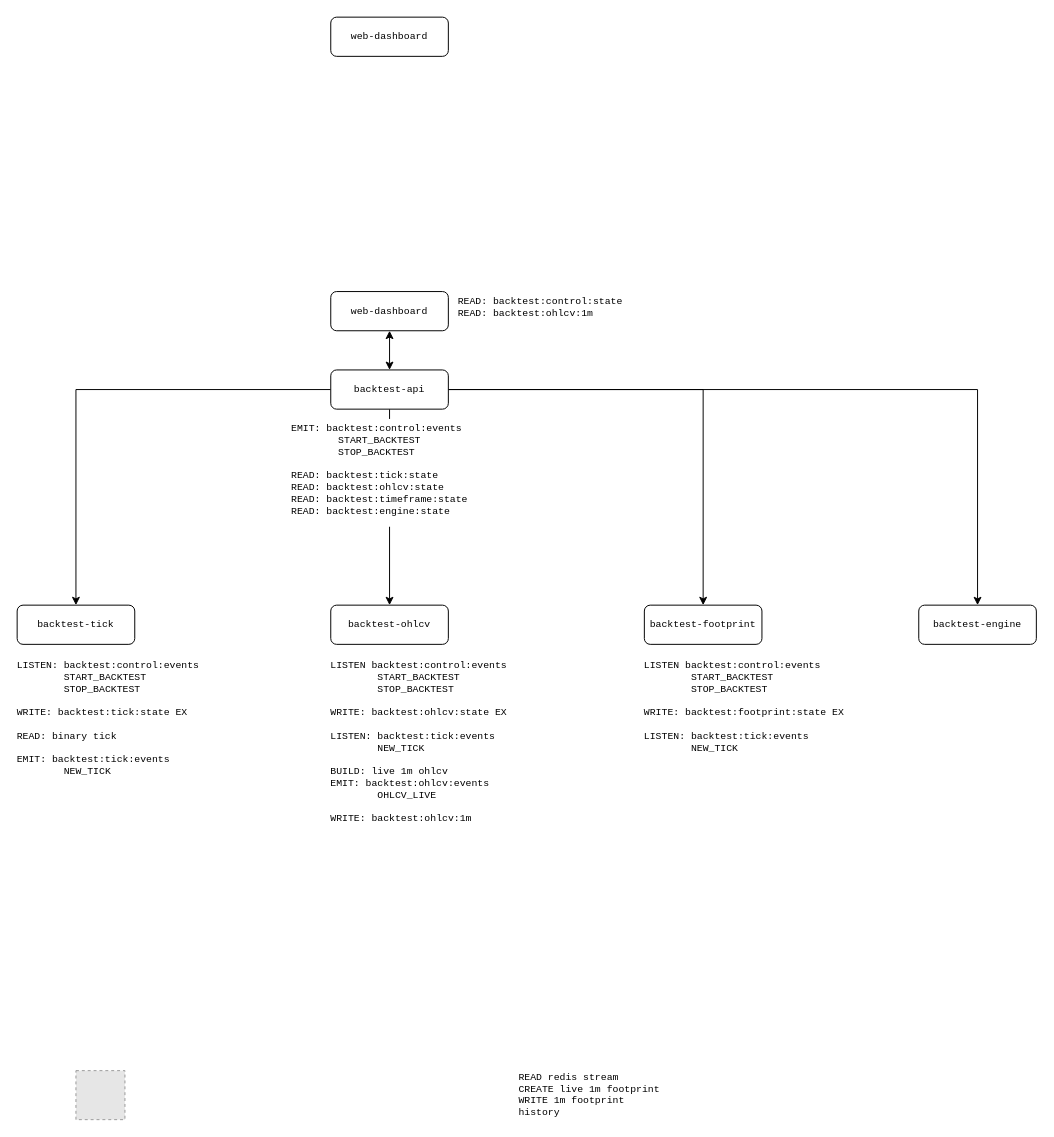
Before: backend/services/backtest/docs/trader.drawio in rey-sudo/blacker, a draw.io diagram. Source tidied: cells renumbered, new cells numbered last; positions are measured from the earlier drawing's top-left corner, leaving out a move shared by most shapes. Both pictures are drawn from the tidied source at 98%, with x=0, y=0 at pixel (17, 17). Pictures stored in the file or linked from it are replaced by grey dashed boxes.
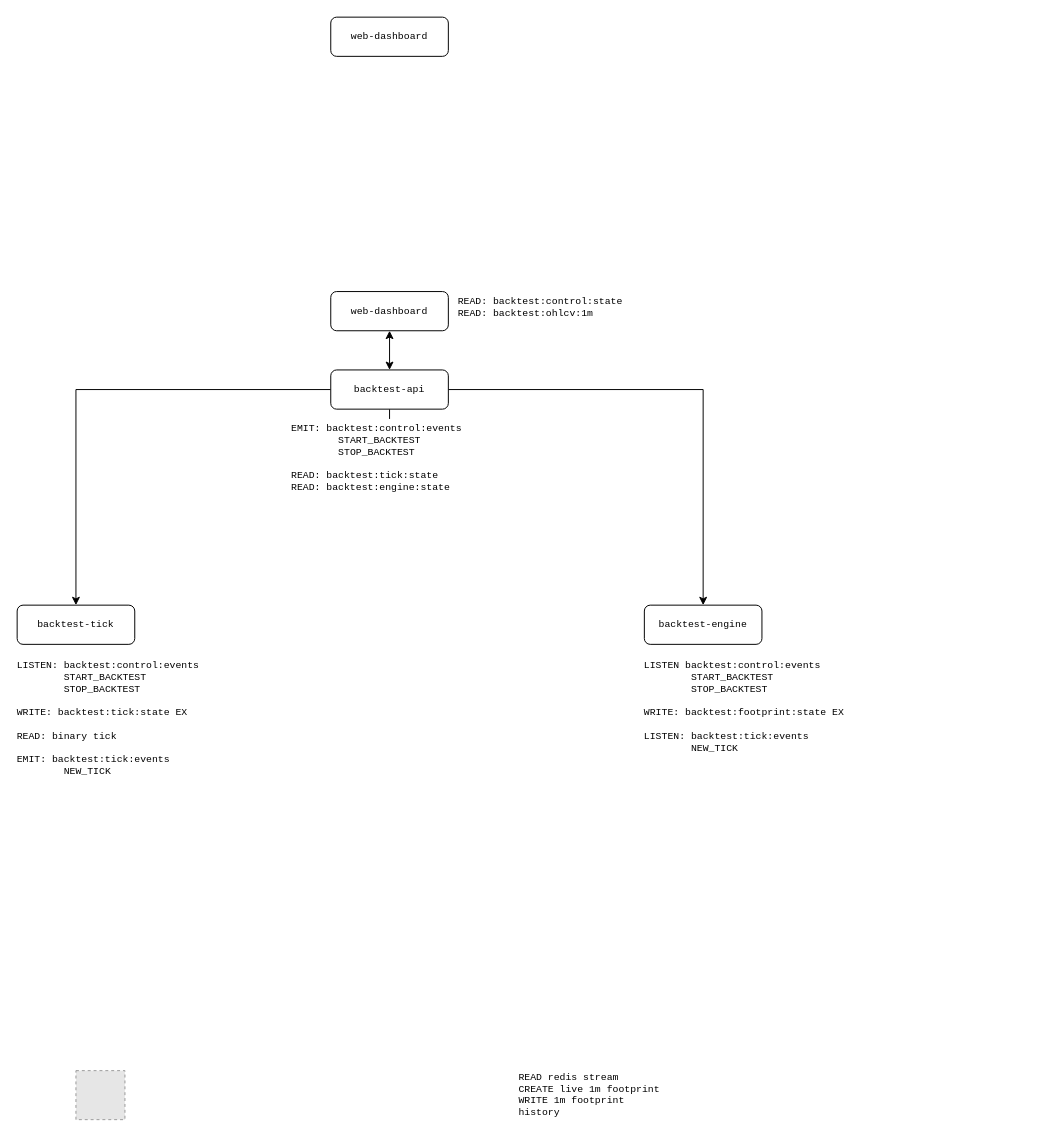
The same page after the edit.

Unchanged cells that the change refers to:
```xml
<mxCell id="15" value="backtest-api" style="rounded=1;whiteSpace=wrap;html=1;fontFamily=Courier New;fontSize=10;" parent="1" vertex="1">
  <mxGeometry x="320" y="360" width="120" height="40" as="geometry" />
</mxCell>
```

Change to the diagram source:
```diff
@@
-    <mxCell id="3" value="backtest-footprint" style="rounded=1;whiteSpace=wrap;html=1;fontFamily=Courier New;fontSize=10;" parent="1" vertex="1">
+    <mxCell id="3" value="backtest-engine" style="rounded=1;whiteSpace=wrap;html=1;fontFamily=Courier New;fontSize=10;" parent="1" vertex="1">
       <mxGeometry x="640" y="600" width="120" height="40" as="geometry" />
     </mxCell>
-    <mxCell id="4" value="backtest-ohlcv" style="rounded=1;whiteSpace=wrap;html=1;fontFamily=Courier New;fontSize=10;" parent="1" vertex="1">
-      <mxGeometry x="320" y="600" width="120" height="40" as="geometry" />
-    </mxCell>
@@
-    <mxCell id="6" value="backtest-engine" style="rounded=1;whiteSpace=wrap;html=1;fontFamily=Courier New;fontSize=10;" parent="1" vertex="1">
-      <mxGeometry x="920" y="600" width="120" height="40" as="geometry" />
-    </mxCell>
-    <mxCell id="7" value="&lt;div&gt;&lt;span style=&quot;background-color: transparent; color: light-dark(rgb(0, 0, 0), rgb(255, 255, 255));&quot;&gt;LISTEN backtest:control:events&lt;/span&gt;&lt;/div&gt;&lt;div&gt;&lt;div&gt;&lt;span style=&quot;background-color: transparent; color: light-dark(rgb(0, 0, 0), rgb(255, 255, 255));&quot;&gt;&lt;span style=&quot;white-space: pre;&quot;&gt;&#9;&lt;/span&gt;START_BACKTEST&lt;/span&gt;&lt;/div&gt;&lt;div&gt;&lt;span style=&quot;background-color: transparent; color: light-dark(rgb(0, 0, 0), rgb(255, 255, 255));&quot;&gt;&lt;span style=&quot;white-space: pre;&quot;&gt;&#9;&lt;/span&gt;STOP_BACKTEST&lt;/span&gt;&lt;/div&gt;&lt;/div&gt;&lt;div&gt;&lt;span style=&quot;background-color: transparent; color: light-dark(rgb(0, 0, 0), rgb(255, 255, 255));&quot;&gt;&lt;br&gt;&lt;/span&gt;&lt;/div&gt;&lt;div&gt;WRITE: backtest:ohlcv:state EX&lt;/div&gt;&lt;div&gt;&lt;span style=&quot;background-color: transparent; color: light-dark(rgb(0, 0, 0), rgb(255, 255, 255));&quot;&gt;&lt;br&gt;&lt;/span&gt;&lt;/div&gt;&lt;div&gt;&lt;span style=&quot;background-color: transparent; color: light-dark(rgb(0, 0, 0), rgb(255, 255, 255));&quot;&gt;LISTEN:&amp;nbsp;&lt;/span&gt;&lt;span style=&quot;background-color: transparent; color: light-dark(rgb(0, 0, 0), rgb(255, 255, 255));&quot;&gt;backtest:tick:events&lt;/span&gt;&lt;/div&gt;&lt;div&gt;&lt;span style=&quot;background-color: transparent; color: light-dark(rgb(0, 0, 0), rgb(255, 255, 255));&quot;&gt;&lt;span style=&quot;white-space: pre;&quot;&gt;&#9;&lt;/span&gt;NEW_TICK&lt;br&gt;&lt;/span&gt;&lt;/div&gt;&lt;div&gt;&lt;br&gt;&lt;/div&gt;BUILD: live 1m ohlcv&lt;div&gt;EMIT: backtest:ohlcv:events&lt;/div&gt;&lt;div&gt;&lt;span style=&quot;white-space: pre;&quot;&gt;&#9;&lt;/span&gt;OHLCV_LIVE&lt;br&gt;&lt;/div&gt;&lt;div&gt;&lt;br&gt;&lt;div&gt;WRITE:&amp;nbsp;&lt;span style=&quot;background-color: transparent; color: light-dark(rgb(0, 0, 0), rgb(255, 255, 255));&quot;&gt;backtest:ohlcv:1m&lt;/span&gt;&lt;/div&gt;&lt;/div&gt;" style="text;html=1;whiteSpace=wrap;strokeColor=none;fillColor=none;align=left;verticalAlign=top;rounded=0;fontFamily=Courier New;fontSize=10;spacing=0;" parent="1" vertex="1">
-      <mxGeometry x="320" y="652" width="260" height="208" as="geometry" />
-    </mxCell>
@@
-    <mxCell id="13" style="edgeStyle=orthogonalEdgeStyle;rounded=0;jettySize=auto;html=1;exitX=1;exitY=0.5;exitDx=0;exitDy=0;entryX=0.5;entryY=0;entryDx=0;entryDy=0;" parent="1" edge="1" source="15" target="6">
-      <mxGeometry relative="1" as="geometry" />
-    </mxCell>
@@
-    <mxCell id="17" style="edgeStyle=orthogonalEdgeStyle;rounded=0;jettySize=auto;html=1;exitX=0.5;exitY=1;exitDx=0;exitDy=0;entryX=0.5;entryY=0;entryDx=0;entryDy=0;spacing=0;" parent="1" edge="1" source="18" target="4">
-      <mxGeometry relative="1" as="geometry" />
-    </mxCell>
-    <mxCell id="18" value="&lt;div&gt;&lt;span style=&quot;background-color: transparent; color: light-dark(rgb(0, 0, 0), rgb(255, 255, 255));&quot;&gt;EMIT: backtest:control:events&lt;/span&gt;&lt;/div&gt;&lt;div&gt;&lt;span style=&quot;background-color: transparent; color: light-dark(rgb(0, 0, 0), rgb(255, 255, 255));&quot;&gt;&lt;span style=&quot;white-space: pre;&quot;&gt;&#9;&lt;/span&gt;START_BACKTEST&lt;/span&gt;&lt;/div&gt;&lt;div&gt;&lt;span style=&quot;background-color: transparent; color: light-dark(rgb(0, 0, 0), rgb(255, 255, 255));&quot;&gt;&lt;span style=&quot;white-space: pre;&quot;&gt;&#9;&lt;/span&gt;STOP_BACKTEST&lt;br&gt;&lt;/span&gt;&lt;/div&gt;&lt;div&gt;&lt;br&gt;&lt;/div&gt;&lt;div&gt;READ: backtest:tick:state&lt;/div&gt;&lt;div&gt;&lt;div&gt;READ: backtest:ohlcv:state&lt;/div&gt;&lt;/div&gt;&lt;div&gt;READ: backtest:timeframe:state&lt;/div&gt;&lt;div&gt;READ: backtest:engine:state&lt;/div&gt;&lt;div&gt;&lt;br&gt;&lt;/div&gt;&lt;div&gt;&lt;span style=&quot;background-color: transparent; color: light-dark(rgb(0, 0, 0), rgb(255, 255, 255));&quot;&gt;&lt;br&gt;&lt;/span&gt;&lt;/div&gt;&lt;div&gt;&lt;span style=&quot;background-color: transparent; color: light-dark(rgb(0, 0, 0), rgb(255, 255, 255));&quot;&gt;&lt;br&gt;&lt;/span&gt;&lt;/div&gt;&lt;div&gt;&lt;span style=&quot;background-color: transparent; color: light-dark(rgb(0, 0, 0), rgb(255, 255, 255));&quot;&gt;&lt;br&gt;&lt;/span&gt;&lt;/div&gt;&lt;div&gt;&lt;br&gt;&lt;/div&gt;" style="text;html=1;whiteSpace=wrap;strokeColor=none;fillColor=none;align=left;verticalAlign=top;rounded=0;fontFamily=Courier New;fontSize=10;spacing=0;" parent="1" vertex="1">
+    <mxCell id="18" value="&lt;div&gt;&lt;span style=&quot;background-color: transparent; color: light-dark(rgb(0, 0, 0), rgb(255, 255, 255));&quot;&gt;EMIT: backtest:control:events&lt;/span&gt;&lt;/div&gt;&lt;div&gt;&lt;span style=&quot;background-color: transparent; color: light-dark(rgb(0, 0, 0), rgb(255, 255, 255));&quot;&gt;&lt;span style=&quot;white-space: pre;&quot;&gt;&#9;&lt;/span&gt;START_BACKTEST&lt;/span&gt;&lt;/div&gt;&lt;div&gt;&lt;span style=&quot;background-color: transparent; color: light-dark(rgb(0, 0, 0), rgb(255, 255, 255));&quot;&gt;&lt;span style=&quot;white-space: pre;&quot;&gt;&#9;&lt;/span&gt;STOP_BACKTEST&lt;br&gt;&lt;/span&gt;&lt;/div&gt;&lt;div&gt;&lt;br&gt;&lt;/div&gt;&lt;div&gt;READ: backtest:tick:state&lt;/div&gt;&lt;div&gt;READ: backtest:engine:state&lt;/div&gt;&lt;div&gt;&lt;br&gt;&lt;/div&gt;&lt;div&gt;&lt;span style=&quot;background-color: transparent; color: light-dark(rgb(0, 0, 0), rgb(255, 255, 255));&quot;&gt;&lt;br&gt;&lt;/span&gt;&lt;/div&gt;&lt;div&gt;&lt;span style=&quot;background-color: transparent; color: light-dark(rgb(0, 0, 0), rgb(255, 255, 255));&quot;&gt;&lt;br&gt;&lt;/span&gt;&lt;/div&gt;&lt;div&gt;&lt;span style=&quot;background-color: transparent; color: light-dark(rgb(0, 0, 0), rgb(255, 255, 255));&quot;&gt;&lt;br&gt;&lt;/span&gt;&lt;/div&gt;&lt;div&gt;&lt;br&gt;&lt;/div&gt;" style="text;html=1;whiteSpace=wrap;strokeColor=none;fillColor=none;align=left;verticalAlign=top;rounded=0;fontFamily=Courier New;fontSize=10;spacing=0;" parent="1" vertex="1">
       <mxGeometry x="280" y="410" width="200" height="110" as="geometry" />
     </mxCell>
```
